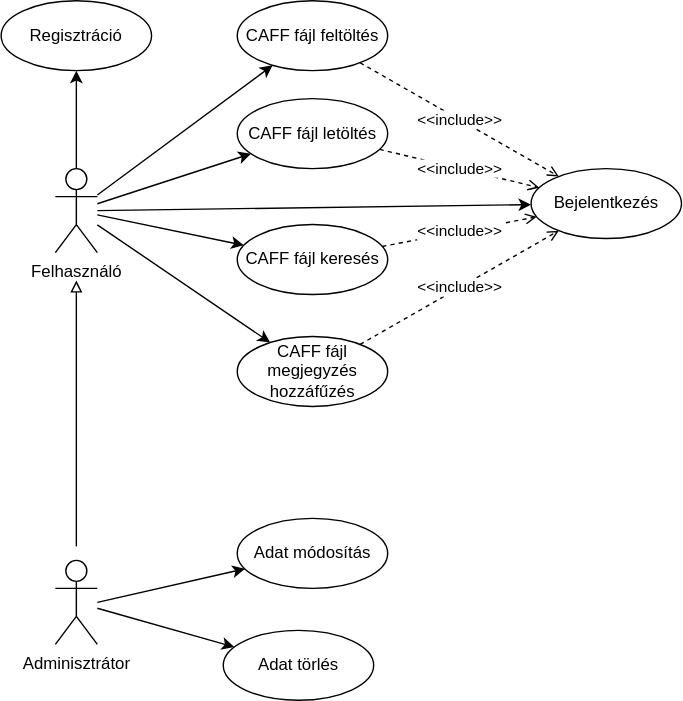
This is Pictures/Use_Case.svg from Fylota/hagyma_crysys, a draw.io export, as it was before one commit. Source tidied: cells renumbered, new cells last; positions are measured from the earlier drawing's top-left corner, leaving out a move shared by most shapes. The source it was exported from:
```xml
<mxGraphModel>
  <root>
    <mxCell id="0" />
    <mxCell id="1" parent="0" />
    <mxCell id="2" value="Felhasználó" style="shape=umlActor;verticalLabelPosition=bottom;verticalAlign=top;html=1;outlineConnect=0;" parent="1" vertex="1">
      <mxGeometry x="39" y="120" width="30" height="60" as="geometry" />
    </mxCell>
    <mxCell id="3" value="Adminisztrátor" style="shape=umlActor;verticalLabelPosition=bottom;verticalAlign=top;html=1;outlineConnect=0;" parent="1" vertex="1">
      <mxGeometry x="39" y="400" width="30" height="60" as="geometry" />
    </mxCell>
    <mxCell id="4" value="Bejelentkezés" style="ellipse;whiteSpace=wrap;html=1;" parent="1" vertex="1">
      <mxGeometry x="379" y="120" width="107.5" height="50" as="geometry" />
    </mxCell>
    <mxCell id="5" value="Regisztráció" style="ellipse;whiteSpace=wrap;html=1;" parent="1" vertex="1">
      <mxGeometry x="0.2" width="107.5" height="50" as="geometry" />
    </mxCell>
    <mxCell id="6" value="CAFF fájl feltöltés" style="ellipse;whiteSpace=wrap;html=1;" parent="1" vertex="1">
      <mxGeometry x="169" width="107.5" height="50" as="geometry" />
    </mxCell>
    <mxCell id="7" value="CAFF fájl letöltés" style="ellipse;whiteSpace=wrap;html=1;" parent="1" vertex="1">
      <mxGeometry x="169" y="70" width="107.5" height="50" as="geometry" />
    </mxCell>
    <mxCell id="8" value="CAFF fájl keresés" style="ellipse;whiteSpace=wrap;html=1;" parent="1" vertex="1">
      <mxGeometry x="169" y="160" width="107.5" height="50" as="geometry" />
    </mxCell>
    <mxCell id="9" value="CAFF fájl megjegyzés hozzáfűzés" style="ellipse;whiteSpace=wrap;html=1;" parent="1" vertex="1">
      <mxGeometry x="169" y="240" width="107.5" height="50" as="geometry" />
    </mxCell>
    <mxCell id="10" value="Adat módosítás" style="ellipse;whiteSpace=wrap;html=1;" parent="1" vertex="1">
      <mxGeometry x="169" y="370" width="107.5" height="50" as="geometry" />
    </mxCell>
    <mxCell id="11" value="Adat törlés" style="ellipse;whiteSpace=wrap;html=1;" parent="1" vertex="1">
      <mxGeometry x="159" y="450" width="107.5" height="50" as="geometry" />
    </mxCell>
    <mxCell id="12" style="endArrow=classic;html=1;rounded=0;" parent="1" edge="1" source="2" target="6">
      <mxGeometry relative="1" as="geometry" />
    </mxCell>
    <mxCell id="13" style="endArrow=classic;html=1;rounded=0;" parent="1" edge="1" source="2" target="7">
      <mxGeometry relative="1" as="geometry" />
    </mxCell>
    <mxCell id="14" style="endArrow=classic;html=1;rounded=0;" parent="1" edge="1" source="2" target="8">
      <mxGeometry relative="1" as="geometry" />
    </mxCell>
    <mxCell id="15" style="endArrow=classic;html=1;rounded=0;" parent="1" edge="1" source="2" target="9">
      <mxGeometry relative="1" as="geometry" />
    </mxCell>
    <mxCell id="16" style="endArrow=classic;html=1;rounded=0;" parent="1" edge="1" target="10">
      <mxGeometry relative="1" as="geometry">
        <mxPoint x="69" y="430" as="sourcePoint" />
      </mxGeometry>
    </mxCell>
    <mxCell id="17" style="endArrow=classic;html=1;rounded=0;" parent="1" edge="1" source="3" target="11">
      <mxGeometry relative="1" as="geometry" />
    </mxCell>
    <mxCell id="18" style="endArrow=classic;html=1;rounded=0;" parent="1" edge="1" source="2" target="5">
      <mxGeometry relative="1" as="geometry" />
    </mxCell>
    <mxCell id="19" style="endArrow=classic;html=1;rounded=0;" parent="1" edge="1" target="4">
      <mxGeometry relative="1" as="geometry">
        <mxPoint x="69" y="150" as="sourcePoint" />
      </mxGeometry>
    </mxCell>
    <mxCell id="20" value="&amp;lt;&amp;lt;include&amp;gt;&amp;gt;" style="endArrow=open;html=1;rounded=0;dashed=1;endFill=0;" parent="1" edge="1" source="6" target="4">
      <mxGeometry relative="1" as="geometry" />
    </mxCell>
    <mxCell id="21" value="&amp;lt;&amp;lt;include&amp;gt;&amp;gt;" style="endArrow=open;html=1;rounded=0;dashed=1;endFill=0;" parent="1" edge="1" source="7" target="4">
      <mxGeometry relative="1" as="geometry" />
    </mxCell>
    <mxCell id="22" value="&amp;lt;&amp;lt;include&amp;gt;&amp;gt;" style="endArrow=open;html=1;rounded=0;dashed=1;endFill=0;" parent="1" edge="1" source="8" target="4">
      <mxGeometry relative="1" as="geometry" />
    </mxCell>
    <mxCell id="23" value="&amp;lt;&amp;lt;include&amp;gt;&amp;gt;" style="endArrow=open;html=1;rounded=0;dashed=1;endFill=0;" parent="1" edge="1" source="9" target="4">
      <mxGeometry relative="1" as="geometry" />
    </mxCell>
    <mxCell id="24" style="endArrow=block;html=1;rounded=0;endFill=0;" parent="1" edge="1">
      <mxGeometry relative="1" as="geometry">
        <mxPoint x="54" y="390" as="sourcePoint" />
        <mxPoint x="54" y="200" as="targetPoint" />
      </mxGeometry>
    </mxCell>
  </root>
</mxGraphModel>
```
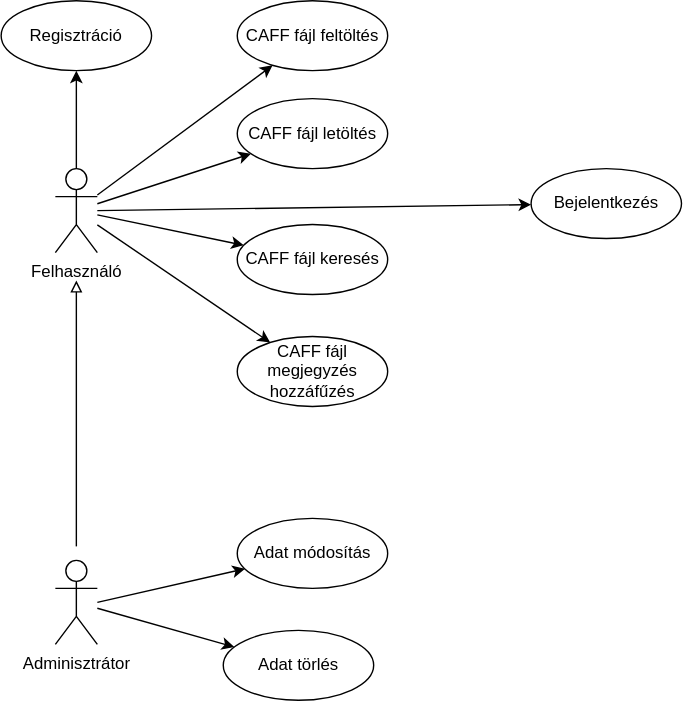
After the commit.

The edit, as a diff of the source:
```diff
@@ -60,18 +60,6 @@
         <mxPoint x="69" y="150" as="sourcePoint" />
       </mxGeometry>
     </mxCell>
-    <mxCell id="20" value="&amp;lt;&amp;lt;include&amp;gt;&amp;gt;" style="endArrow=open;html=1;rounded=0;dashed=1;endFill=0;" parent="1" edge="1" source="6" target="4">
-      <mxGeometry relative="1" as="geometry" />
-    </mxCell>
-    <mxCell id="21" value="&amp;lt;&amp;lt;include&amp;gt;&amp;gt;" style="endArrow=open;html=1;rounded=0;dashed=1;endFill=0;" parent="1" edge="1" source="7" target="4">
-      <mxGeometry relative="1" as="geometry" />
-    </mxCell>
-    <mxCell id="22" value="&amp;lt;&amp;lt;include&amp;gt;&amp;gt;" style="endArrow=open;html=1;rounded=0;dashed=1;endFill=0;" parent="1" edge="1" source="8" target="4">
-      <mxGeometry relative="1" as="geometry" />
-    </mxCell>
-    <mxCell id="23" value="&amp;lt;&amp;lt;include&amp;gt;&amp;gt;" style="endArrow=open;html=1;rounded=0;dashed=1;endFill=0;" parent="1" edge="1" source="9" target="4">
-      <mxGeometry relative="1" as="geometry" />
-    </mxCell>
     <mxCell id="24" style="endArrow=block;html=1;rounded=0;endFill=0;" parent="1" edge="1">
       <mxGeometry relative="1" as="geometry">
         <mxPoint x="54" y="390" as="sourcePoint" />
```
